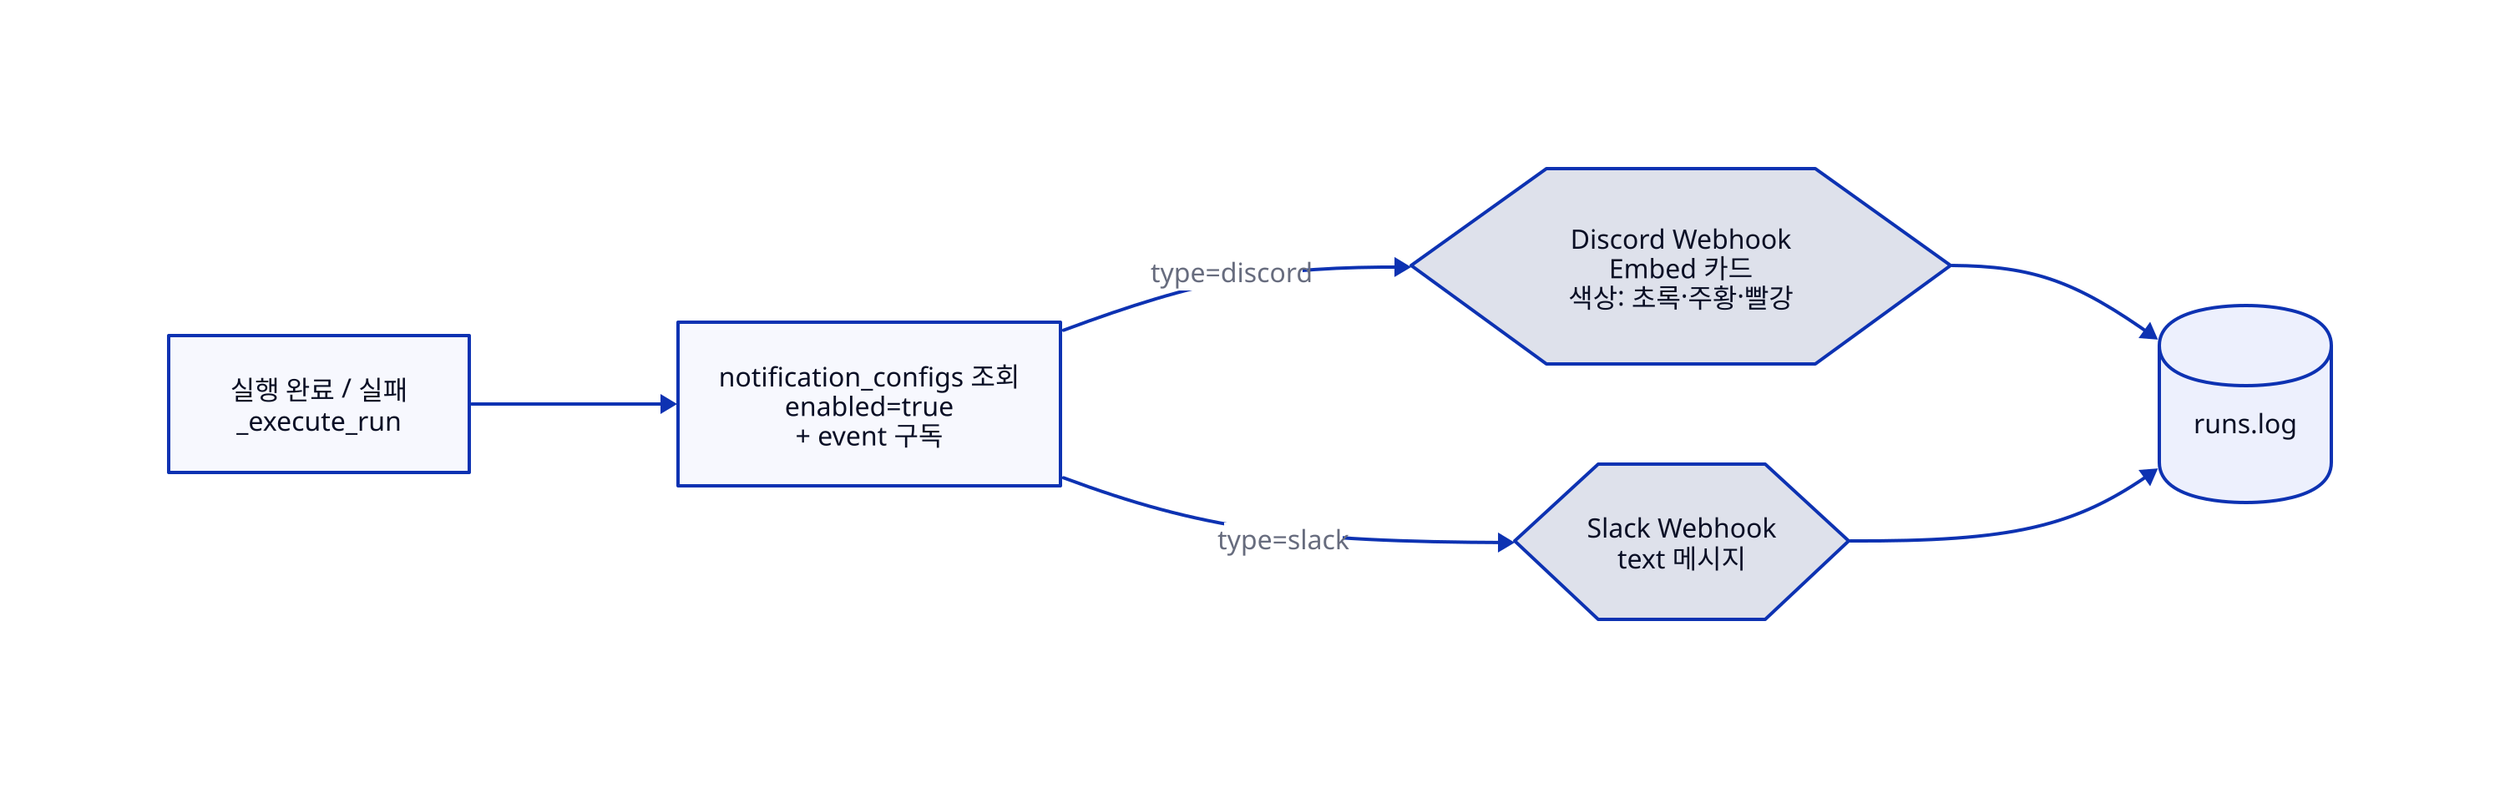
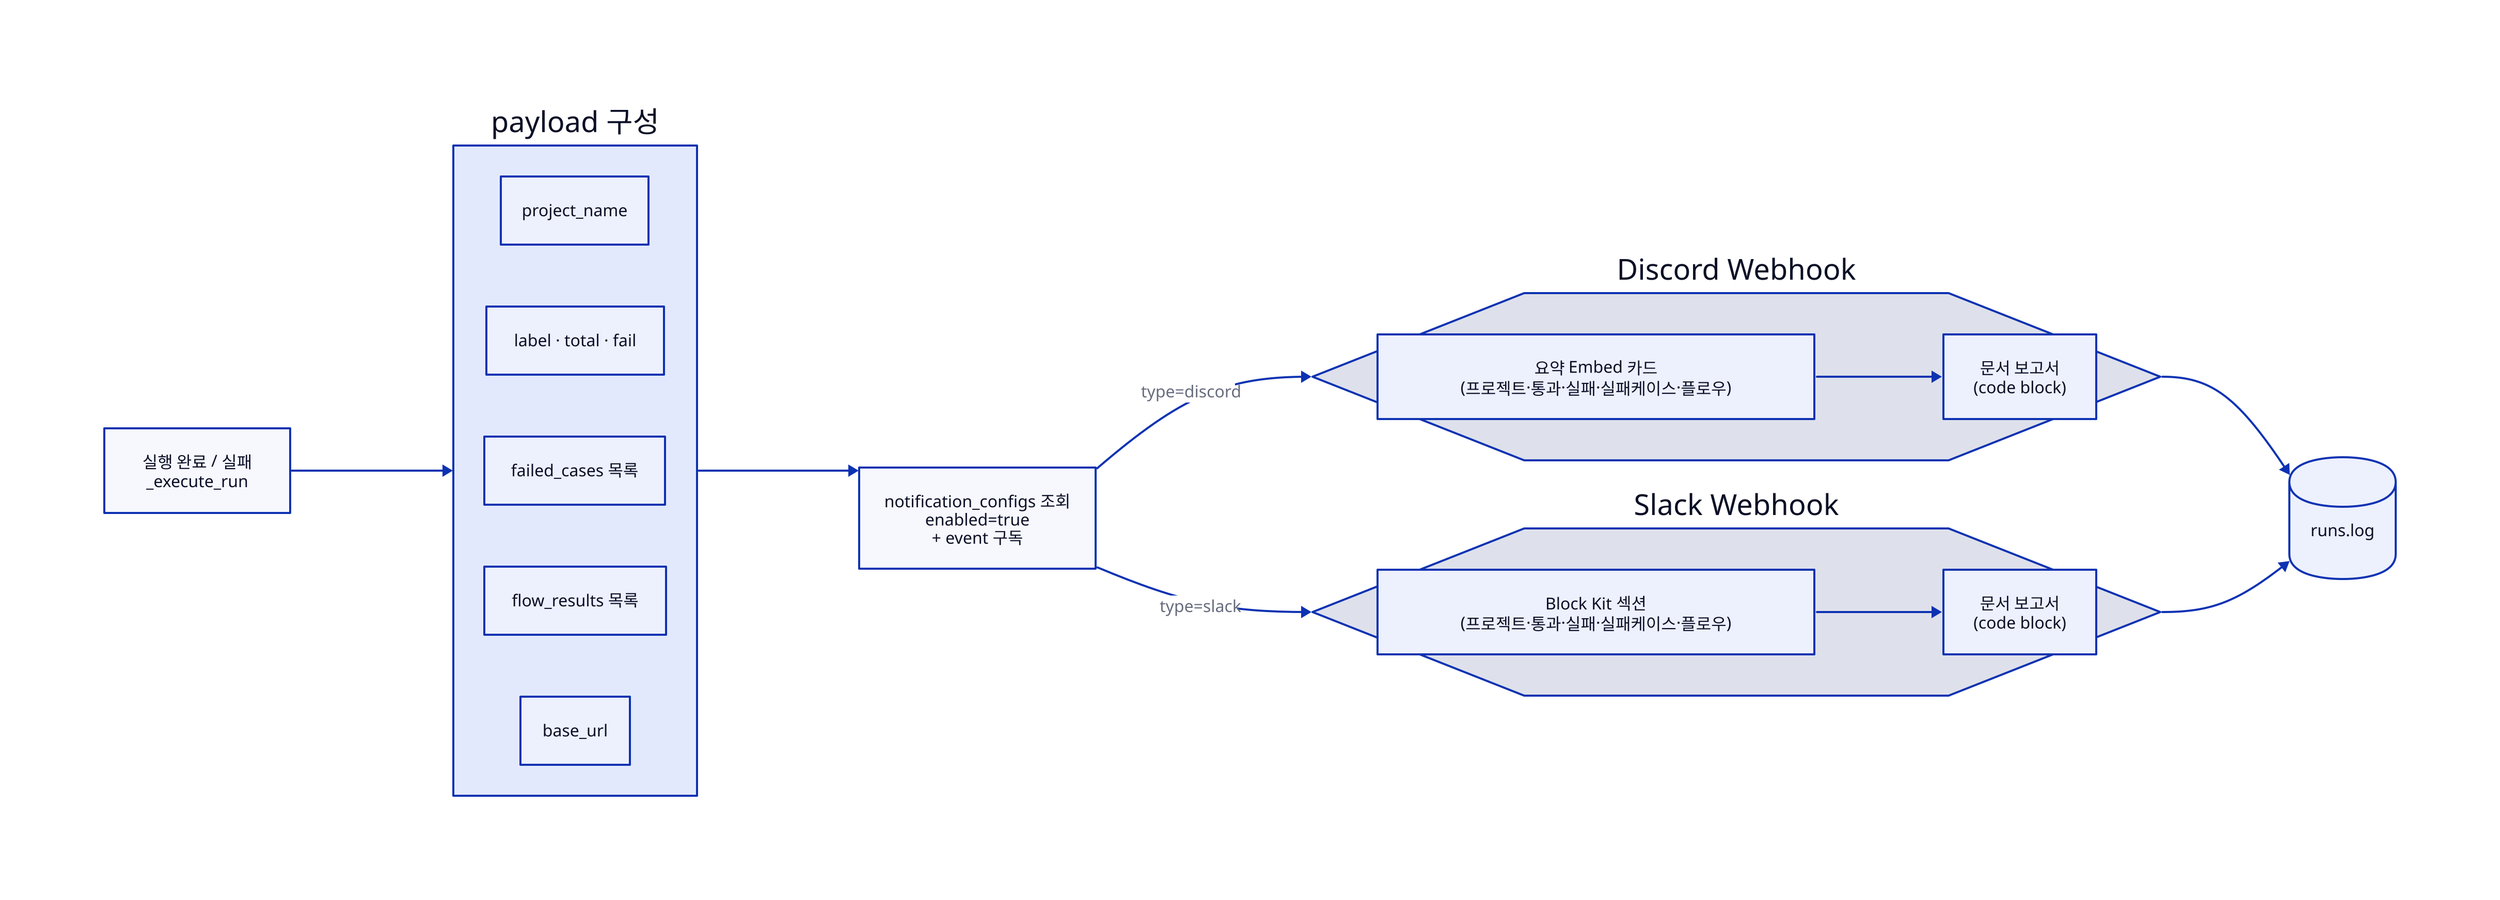
direction: right

실행완료: "실행 완료 / 실패\n_execute_run"

+ payload: "payload 구성" {
+   p1: project_name
+   p2: label · total · fail
+   p3: failed_cases 목록
+   p4: flow_results 목록
+   p5: base_url
+ }
+ 
+ 실행완료 -> payload
+ 
조회: "notification_configs 조회\nenabled=true\n+ event 구독"

- 실행완료 -> 조회
+ payload -> 조회

- DISCORD: "Discord Webhook\nEmbed 카드\n색상: 초록·주황·빨강" {shape: hexagon}
- SLACK: "Slack Webhook\ntext 메시지" {shape: hexagon}
+ DISCORD: "Discord Webhook" {shape: hexagon
+   d1: 요약 Embed 카드\n(프로젝트·통과·실패·실패케이스·플로우)
+   d2: 문서 보고서\n(code block)
+   d1 -> d2
+ }
+ SLACK: "Slack Webhook" {shape: hexagon
+   s1: Block Kit 섹션\n(프로젝트·통과·실패·실패케이스·플로우)
+   s2: 문서 보고서\n(code block)
+   s1 -> s2
+ }
LOG: runs.log {shape: cylinder}

조회 -> DISCORD: type=discord
조회 -> SLACK: type=slack
DISCORD -> LOG
SLACK -> LOG
